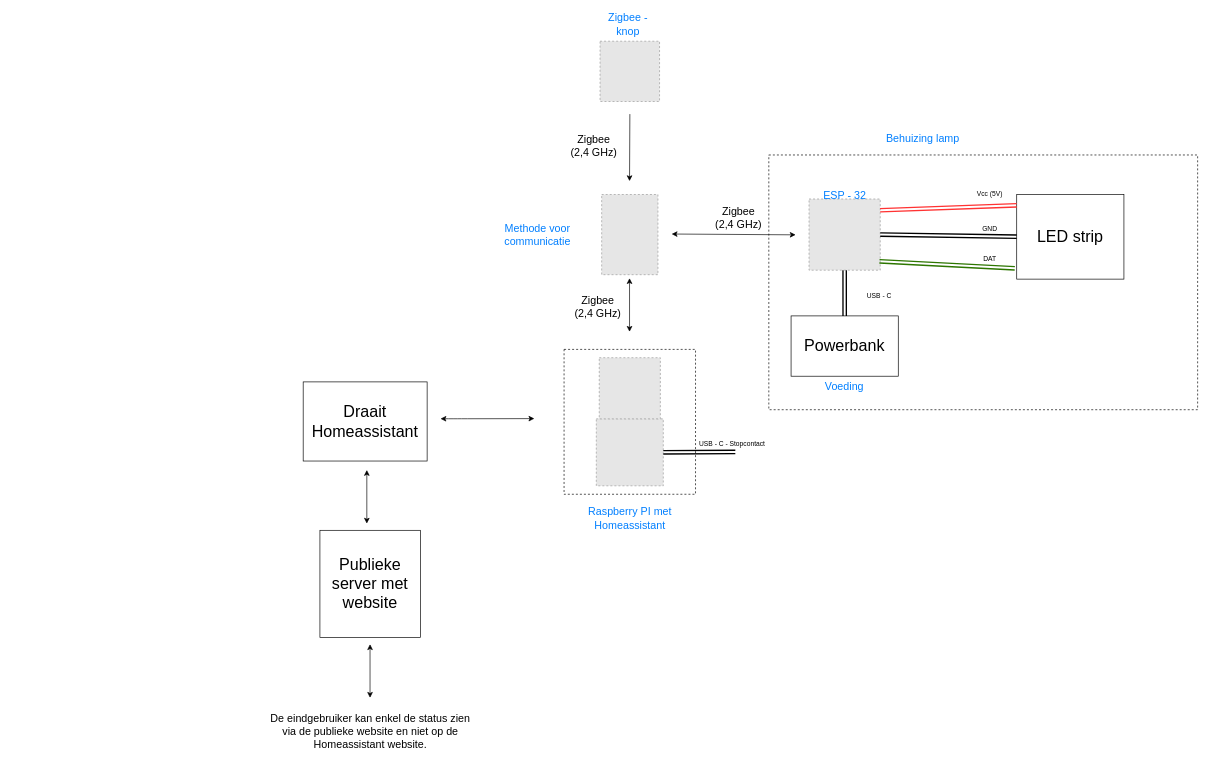
The draw.io diagram Research/architectuur/schemaV2.drawio in vives-project-xp/SimLabVerpleegoproep, before the edit. Source tidied: cells renumbered, new cells numbered last; positions are measured from the earlier drawing's top-left corner, leaving out a move shared by most shapes. Both pictures are drawn from the tidied source at 67%, with x=0, y=0 at pixel (265, 14). Pictures stored in the file or linked from it are replaced by grey dashed boxes.
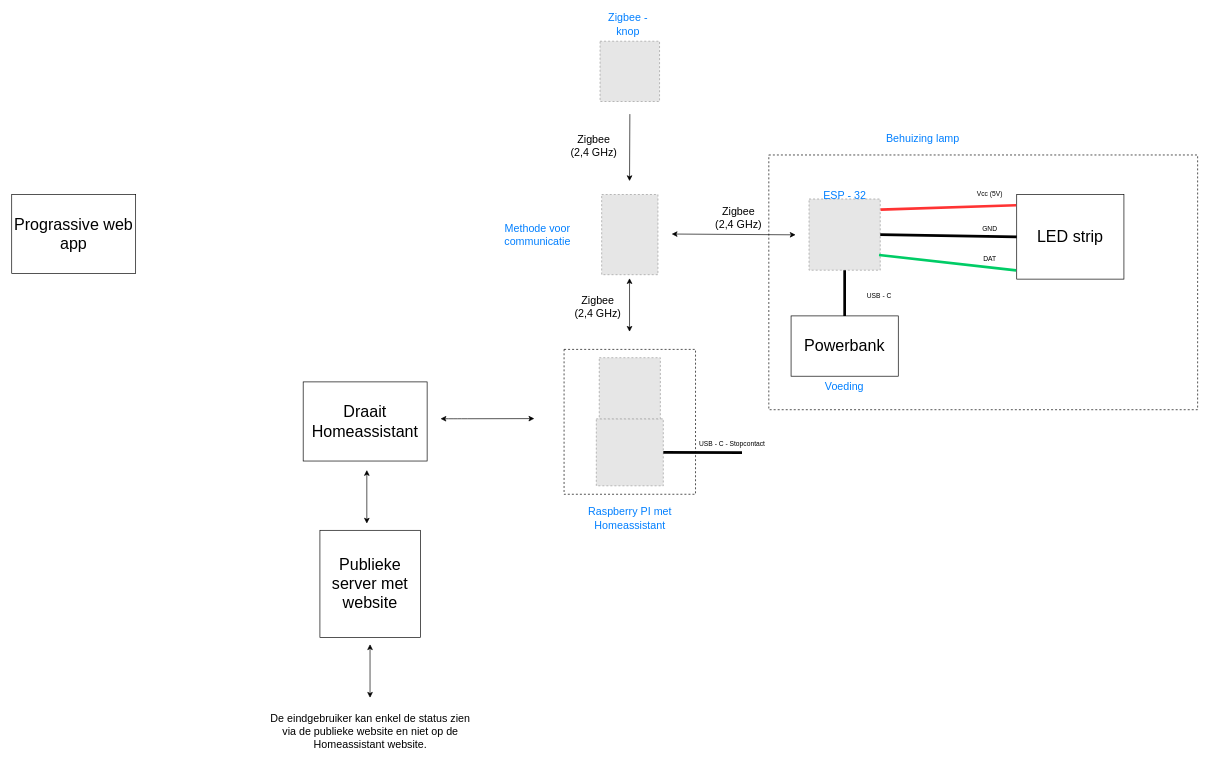
The same page after the edit.

Unchanged cells that the change refers to:
```xml
<mxCell id="4" style="fillColor=#E6E6E6;strokeColor=#999999;dashed=1;verticalLabelPosition=bottom;labelBackgroundColor=default;verticalAlign=top;" parent="1" vertex="1">
  <mxGeometry x="812" y="275.5" width="106.3" height="106.3" as="geometry" />
</mxCell>
<mxCell id="5" style="fillColor=#E6E6E6;strokeColor=#999999;dashed=1;verticalLabelPosition=bottom;labelBackgroundColor=default;verticalAlign=top;" parent="1" vertex="1">
  <mxGeometry x="494.5" y="603.6" width="100" height="100" as="geometry" />
</mxCell>
<mxCell id="19" value="&lt;font style=&quot;font-size: 24px;&quot;&gt;Powerbank&lt;/font&gt;" style="whiteSpace=wrap;html=1;" parent="1" vertex="1">
  <mxGeometry x="785.2" y="450" width="160" height="90" as="geometry" />
</mxCell>
<mxCell id="24" value="&lt;font style=&quot;font-size: 24px;&quot;&gt;LED strip&lt;/font&gt;" style="whiteSpace=wrap;html=1;" parent="1" vertex="1">
  <mxGeometry x="1122" y="268.8" width="160" height="126.3" as="geometry" />
</mxCell>
```

Diff of the diagram source:
```diff
@@
-    <mxCell id="26" style="edgeStyle=none;jettySize=auto;html=1;rounded=1;curved=0;fillColor=#008a00;strokeColor=#FF3333;flowAnimation=0;shape=link;labelBackgroundColor=#FF3333;fontColor=#FF3333;strokeWidth=2;exitX=0.998;exitY=0.158;exitDx=0;exitDy=0;exitPerimeter=0;" parent="1" edge="1" source="4">
-      <mxGeometry relative="1" as="geometry">
-        <mxPoint x="1122" y="284.9" as="targetPoint" />
-      </mxGeometry>
-    </mxCell>
-    <mxCell id="27" style="edgeStyle=none;jettySize=auto;html=1;rounded=1;curved=0;flowAnimation=0;shape=link;labelBackgroundColor=#FF3333;fontColor=#FF3333;strokeWidth=2;exitX=1;exitY=0.5;exitDx=0;exitDy=0;" parent="1" edge="1" source="4">
-      <mxGeometry relative="1" as="geometry">
-        <mxPoint x="1122" y="331.7" as="targetPoint" />
-      </mxGeometry>
-    </mxCell>
-    <mxCell id="28" style="edgeStyle=none;jettySize=auto;html=1;rounded=1;curved=0;flowAnimation=0;shape=link;labelBackgroundColor=#FF3333;fontColor=#FF3333;fillColor=#60a917;strokeColor=#2D7600;strokeWidth=2;exitX=0.989;exitY=0.875;exitDx=0;exitDy=0;exitPerimeter=0;entryX=-0.018;entryY=0.872;entryDx=0;entryDy=0;entryPerimeter=0;" parent="1" edge="1" source="4" target="24">
-      <mxGeometry relative="1" as="geometry" />
-    </mxCell>
@@
-    <mxCell id="35" style="edgeStyle=none;jettySize=auto;html=1;rounded=1;curved=0;flowAnimation=0;shape=link;labelBackgroundColor=#FF3333;fontColor=#FF3333;strokeWidth=2;exitX=1;exitY=0.5;exitDx=0;exitDy=0;" parent="1" edge="1" source="5">
-      <mxGeometry relative="1" as="geometry">
-        <mxPoint x="702" y="653" as="targetPoint" />
-      </mxGeometry>
-    </mxCell>
@@
+    <mxCell id="38" value="&lt;span style=&quot;font-size: 10px;&quot;&gt;USB - C&lt;/span&gt;" style="text;strokeColor=none;align=center;fillColor=none;html=1;verticalAlign=middle;whiteSpace=wrap;rounded=0;" parent="1" vertex="1">
+      <mxGeometry x="882" y="410" width="70" height="19.8" as="geometry" />
+    </mxCell>
+    <mxCell id="39" style="endArrow=none;html=1;strokeWidth=4;exitX=1;exitY=0.5;exitDx=0;exitDy=0;entryX=0;entryY=0.5;entryDx=0;entryDy=0;" parent="1" edge="1" source="4" target="24">
+      <mxGeometry relative="1" as="geometry" />
+    </mxCell>
+    <mxCell id="40" style="endArrow=none;html=1;strokeWidth=4;exitX=1.004;exitY=0.15;exitDx=0;exitDy=0;entryX=-0.006;entryY=0.127;entryDx=0;entryDy=0;exitPerimeter=0;entryPerimeter=0;strokeColor=#FF3333;" parent="1" edge="1" source="4" target="24">
+      <mxGeometry relative="1" as="geometry" />
+    </mxCell>
+    <mxCell id="41" style="endArrow=none;html=1;strokeWidth=4;exitX=0.983;exitY=0.787;exitDx=0;exitDy=0;entryX=-0.006;entryY=0.896;entryDx=0;entryDy=0;exitPerimeter=0;entryPerimeter=0;strokeColor=#00CC66;" parent="1" edge="1" source="4" target="24">
+      <mxGeometry relative="1" as="geometry" />
+    </mxCell>
-    <mxCell id="37" style="edgeStyle=none;jettySize=auto;html=1;rounded=1;curved=0;flowAnimation=0;shape=link;labelBackgroundColor=#FF3333;fontColor=#FF3333;strokeWidth=2;exitX=0.5;exitY=1;exitDx=0;exitDy=0;entryX=0.5;entryY=0;entryDx=0;entryDy=0;" parent="1" edge="1" source="4" target="19">
+    <mxCell id="37" style="endArrow=none;html=1;strokeWidth=4;exitX=0.5;exitY=1;exitDx=0;exitDy=0;" parent="1" edge="1" source="4" target="19">
       <mxGeometry relative="1" as="geometry" />
     </mxCell>
-    <mxCell id="38" value="&lt;span style=&quot;font-size: 10px;&quot;&gt;USB - C&lt;/span&gt;" style="text;strokeColor=none;align=center;fillColor=none;html=1;verticalAlign=middle;whiteSpace=wrap;rounded=0;" parent="1" vertex="1">
-      <mxGeometry x="882" y="410" width="70" height="19.8" as="geometry" />
-    </mxCell>
+    <mxCell id="42" style="endArrow=none;html=1;strokeWidth=4;exitX=1;exitY=0.5;exitDx=0;exitDy=0;" parent="1" edge="1" source="5">
+      <mxGeometry relative="1" as="geometry">
+        <mxPoint x="712" y="654" as="targetPoint" />
+      </mxGeometry>
+    </mxCell>
+    <mxCell id="43" value="&lt;font style=&quot;font-size: 24px;&quot;&gt;Prograssive web app&lt;/font&gt;" style="whiteSpace=wrap;html=1;" parent="1" vertex="1">
+      <mxGeometry x="-378" y="268.8" width="185" height="118.1" as="geometry" />
+    </mxCell>
```
